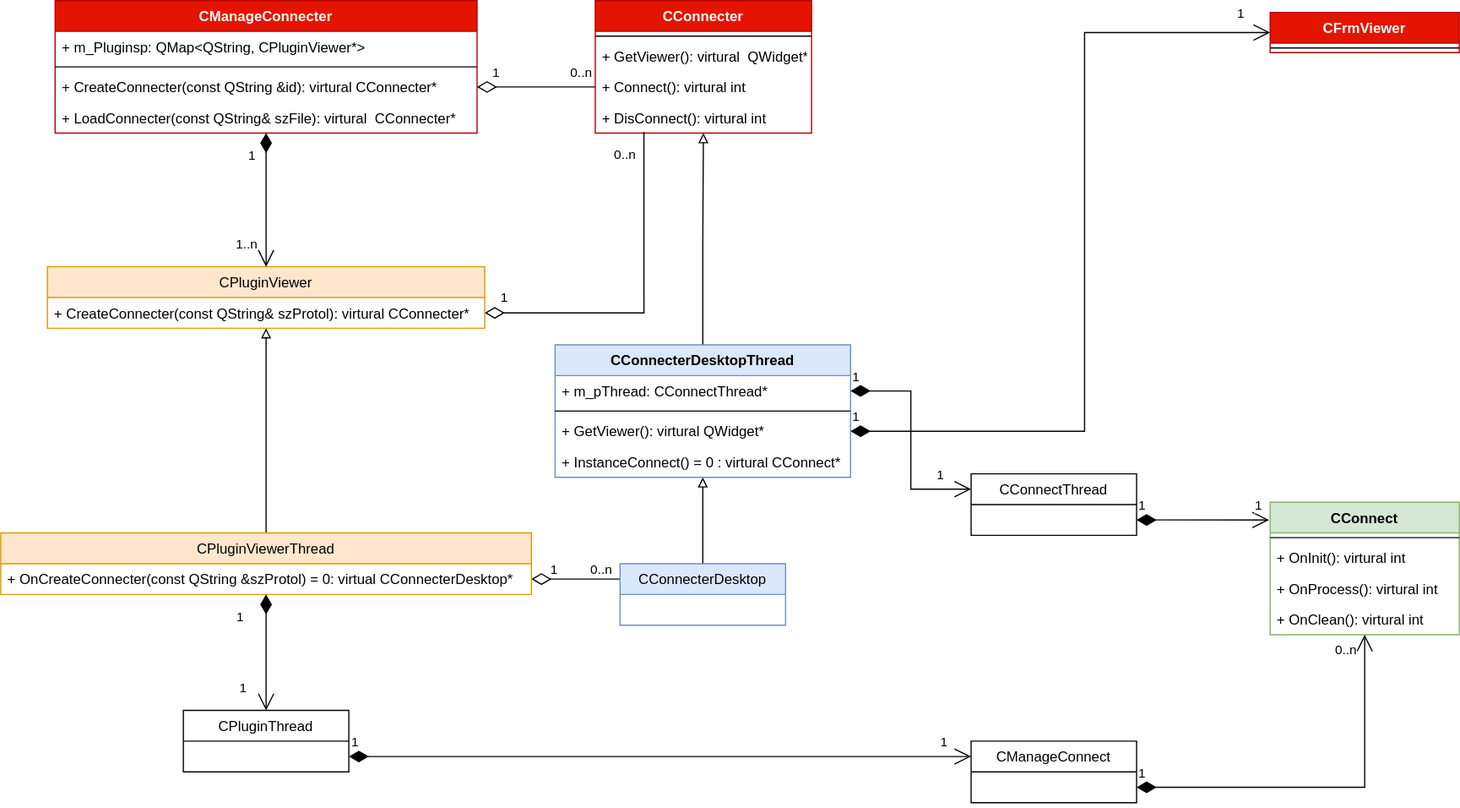
Earlier version of the draw.io export docs/Image/PluginViewerAPI.svg (KangLin/RabbitRemoteControl). Source tidied: cells renumbered, new cells last; positions are measured from the earlier drawing's top-left corner, leaving out a move shared by most shapes.
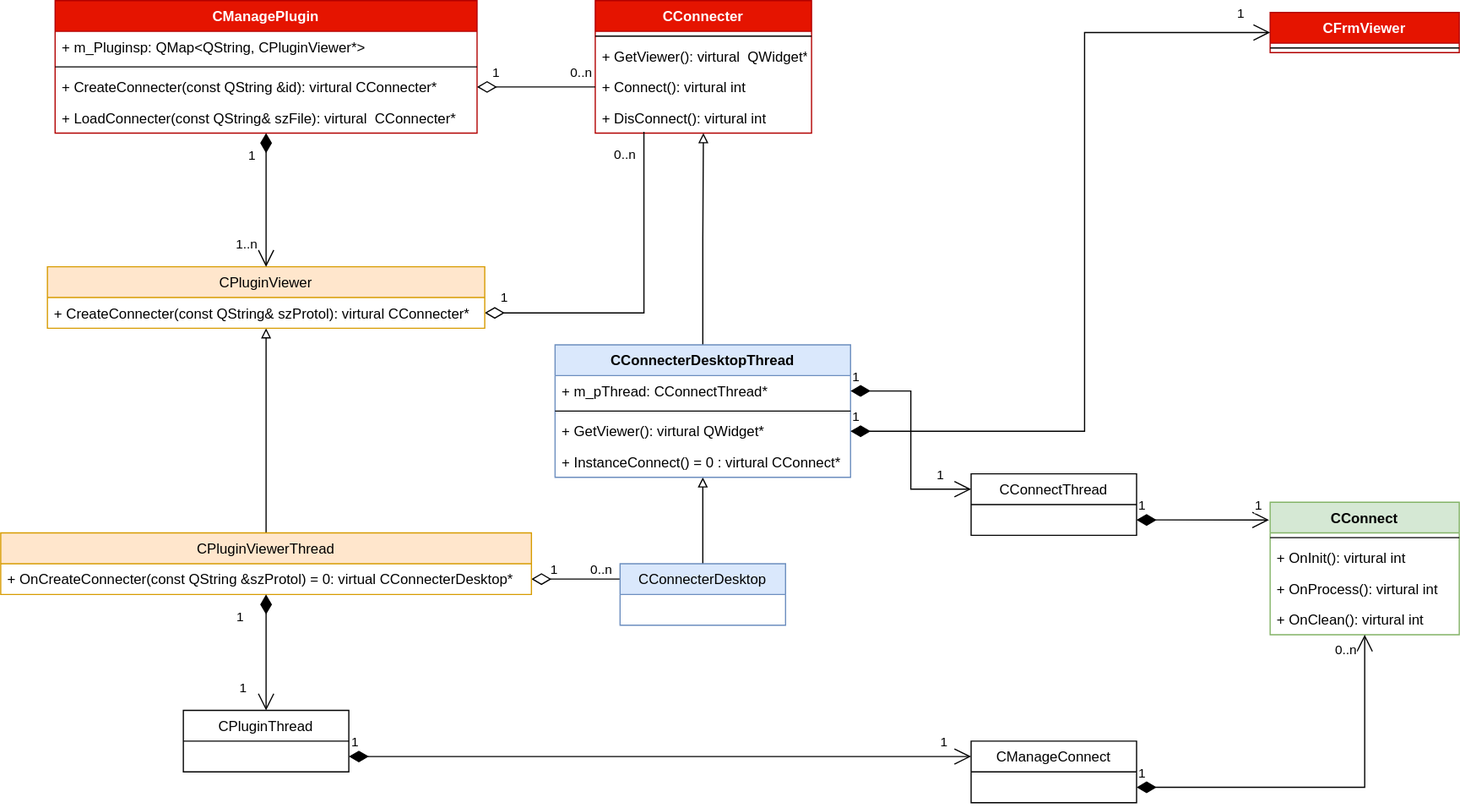
Above is the later version.

What changed in the source:
```diff
@@ -2,7 +2,7 @@
   <root>
     <mxCell id="0" />
     <mxCell id="1" parent="0" />
-    <mxCell id="2" value="CManageConnecter" style="swimlane;fontStyle=1;align=center;verticalAlign=top;horizontal=1;startSize=26;fillColor=#e51400;fontColor=#ffffff;strokeColor=#B20000;" parent="1" vertex="1">
+    <mxCell id="2" value="CManagePlugin" style="swimlane;fontStyle=1;align=center;verticalAlign=top;horizontal=1;startSize=26;fillColor=#e51400;fontColor=#ffffff;strokeColor=#B20000;" parent="1" vertex="1">
       <mxGeometry x="46" width="357" height="112" as="geometry" />
     </mxCell>
     <mxCell id="3" value="+ m_Pluginsp: QMap&lt;QString, CPluginViewer*&gt;" style="text;strokeColor=none;fillColor=none;align=left;verticalAlign=top;spacingLeft=4;spacingRight=4;overflow=hidden;" parent="2" vertex="1">
```
